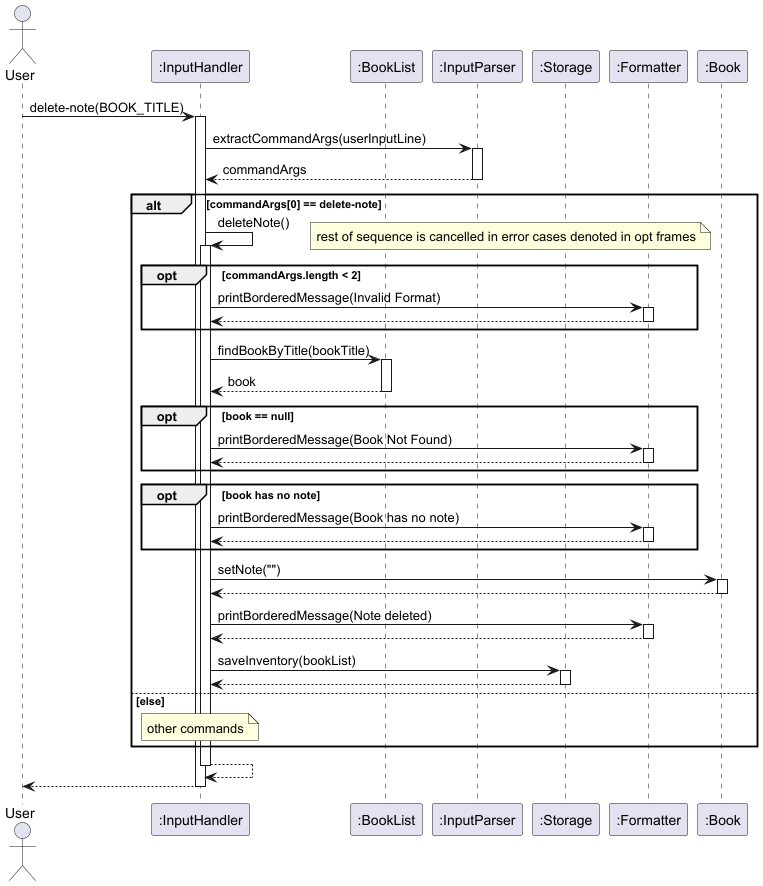
The PlantUML diagram docs/images/deleteNote.png in AY2425S2-CS2113-T12-2/tp, before a commit.
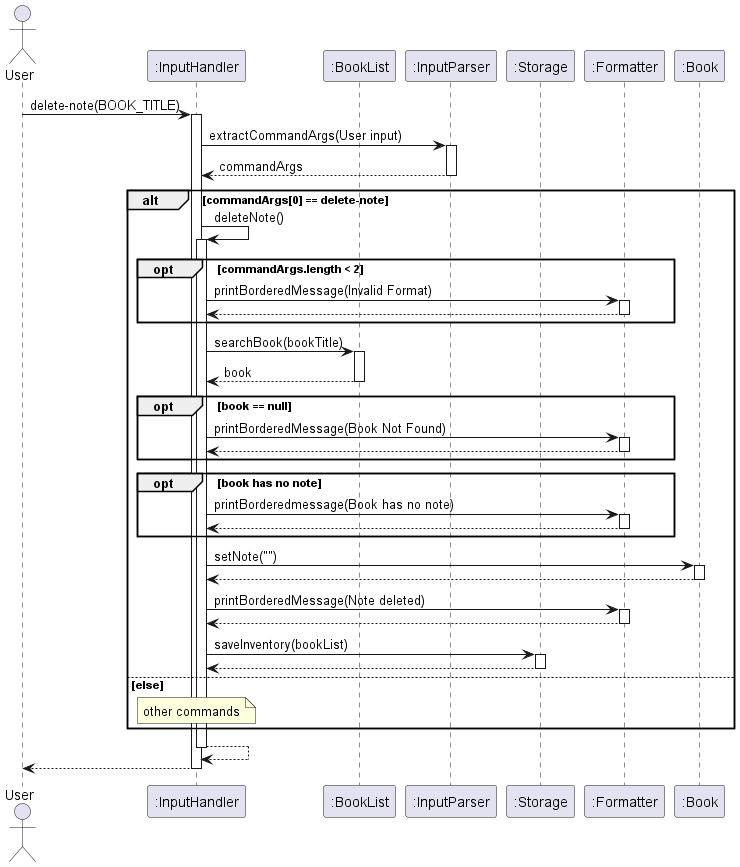
The same diagram one commit later.

Commit message:
Update all sequence diagrams to use searchBook

The edit, as a diff of the source:
```diff
@@ -10,20 +10,17 @@
 participant Book as ":Book"
 
 User -> InputHandler : delete-note(BOOK_TITLE)
-InputHandler -> InputParser : extractCommandArgs(userInputLine)
+InputHandler -> InputParser : extractCommandArgs(User input)
 return commandArgs
 
 alt commandArgs[0] == delete-note
     InputHandler -> InputHandler : deleteNote()
     opt commandArgs.length < 2
-        note right
-        rest of sequence is cancelled in error cases denoted in opt frames
-        end note
         InputHandler -> Formatter : printBorderedMessage(Invalid Format)
         return
     end
 
-    InputHandler -> BookList : findBookByTitle(bookTitle)
+    InputHandler -> BookList : searchBook(bookTitle)
     return book
 
     opt book == null
@@ -32,7 +29,7 @@
     end
 
     opt book has no note
-        InputHandler -> Formatter : printBorderedMessage(Book has no note)
+        InputHandler -> Formatter : printBorderedmessage(Book has no note)
         return
     end
 
```
